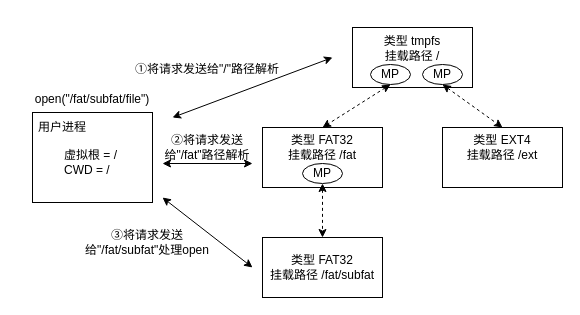
The draw.io diagram vfs/fuchsia_open.drawio in ReimuYk/drawio_master_graduate_paper, before the edit. Source tidied: cells renumbered, new cells numbered last; positions are measured from the earlier drawing's top-left corner, leaving out a move shared by most shapes. Both pictures are drawn from the tidied source at 100%, with x=0, y=0 at pixel (17, 27).
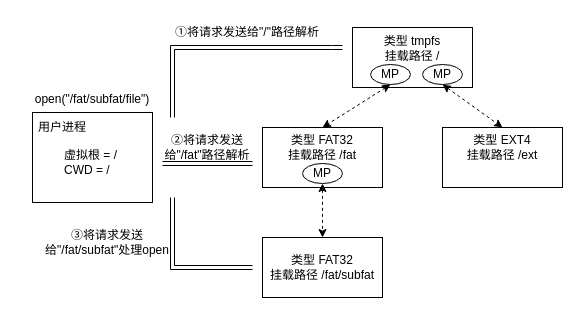
The same page after the edit.

Diff of the diagram source:
```diff
@@
-    <mxCell id="20" style="endArrow=classic;startArrow=classic;html=1;rounded=0;" parent="1" edge="1">
+    <mxCell id="20" style="endArrow=classic;startArrow=classic;html=1;rounded=0;shape=link;edgeStyle=orthogonalEdgeStyle;" parent="1" edge="1">
       <mxGeometry relative="1" as="geometry">
         <mxPoint x="155" y="90" as="sourcePoint" />
-        <mxPoint x="315" y="30" as="targetPoint" />
+        <mxPoint x="325" y="20" as="targetPoint" />
+        <Array as="points">
+          <mxPoint x="155" y="20" />
+          <mxPoint x="315" y="20" />
+        </Array>
       </mxGeometry>
     </mxCell>
-    <mxCell id="21" style="endArrow=classic;startArrow=classic;html=1;rounded=0;" parent="1" edge="1">
+    <mxCell id="21" style="endArrow=classic;startArrow=classic;html=1;rounded=0;shape=link;" parent="1" edge="1">
       <mxGeometry relative="1" as="geometry">
         <mxPoint x="145" y="136" as="sourcePoint" />
         <mxPoint x="235" y="136" as="targetPoint" />
       </mxGeometry>
     </mxCell>
-    <mxCell id="22" style="endArrow=classic;startArrow=classic;html=1;rounded=0;" parent="1" edge="1">
+    <mxCell id="22" style="endArrow=classic;startArrow=classic;html=1;rounded=0;shape=link;edgeStyle=orthogonalEdgeStyle;" parent="1" edge="1">
       <mxGeometry relative="1" as="geometry">
         <mxPoint x="235" y="240" as="sourcePoint" />
-        <mxPoint x="145" y="170" as="targetPoint" />
+        <mxPoint x="155" y="170" as="targetPoint" />
+        <Array as="points">
+          <mxPoint x="155" y="240" />
+          <mxPoint x="155" y="170" />
+        </Array>
       </mxGeometry>
     </mxCell>
     <mxCell id="23" value="①将请求发送给&quot;/&quot;路径解析" style="text;html=1;strokeColor=none;fillColor=none;align=center;verticalAlign=middle;whiteSpace=wrap;rounded=0;" parent="1" vertex="1">
-      <mxGeometry x="115" y="27" width="150" height="30" as="geometry" />
+      <mxGeometry x="155" y="-10" width="150" height="30" as="geometry" />
     </mxCell>
@@
     <mxCell id="25" value="③将请求发送给&quot;/fat/subfat&quot;处理open" style="text;html=1;strokeColor=none;fillColor=none;align=center;verticalAlign=middle;whiteSpace=wrap;rounded=0;" parent="1" vertex="1">
-      <mxGeometry x="55" y="200" width="150" height="30" as="geometry" />
+      <mxGeometry x="15" y="200" width="150" height="30" as="geometry" />
     </mxCell>
```
